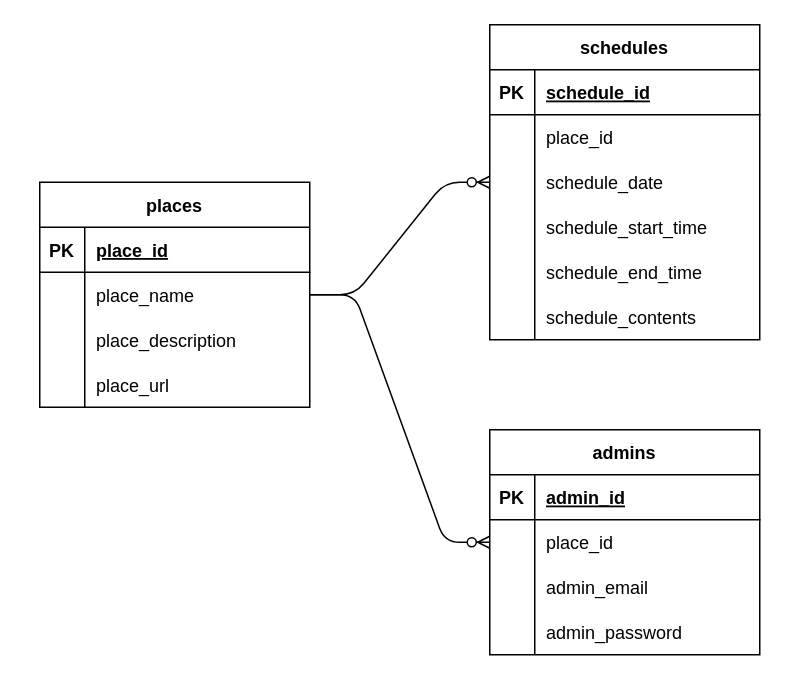
The draw.io diagram plan/DB.drawio in AkitoNakamuraO/Scoat, before the edit. Source tidied: cells renumbered, new cells numbered last; positions are measured from the earlier drawing's top-left corner, leaving out a move shared by most shapes. Both pictures are drawn from the tidied source at 150%, with x=0, y=0 at pixel (39, 24).
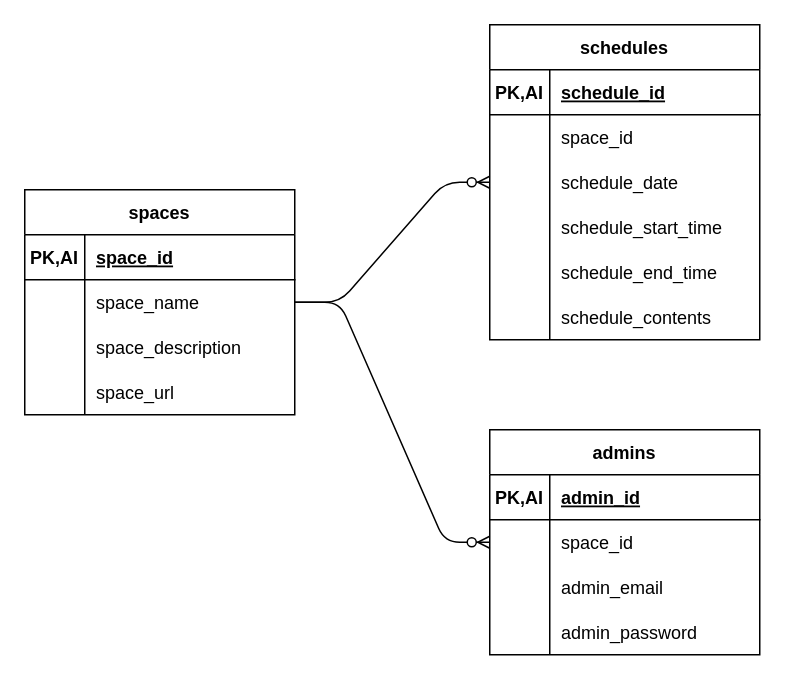
Above is the later version.

The change refers to these unchanged cells:
```xml
<mxCell id="3" style="shape=partialRectangle;fillColor=none;top=0;left=0;bottom=1;right=0;" parent="2" vertex="1">
  <mxGeometry y="30" width="180" height="30" as="geometry" />
</mxCell>
<mxCell id="6" style="shape=partialRectangle;fillColor=none;top=0;left=0;bottom=0;right=0;" parent="2" vertex="1">
  <mxGeometry y="60" width="180" height="30" as="geometry" />
</mxCell>
<mxCell id="9" style="shape=partialRectangle;fillColor=none;top=0;left=0;bottom=0;right=0;" parent="2" vertex="1">
  <mxGeometry y="90" width="180" height="30" as="geometry" />
</mxCell>
<mxCell id="12" style="shape=partialRectangle;fillColor=none;top=0;left=0;bottom=0;right=0;" parent="2" vertex="1">
  <mxGeometry y="120" width="180" height="30" as="geometry" />
</mxCell>
<mxCell id="16" style="shape=partialRectangle;fillColor=none;top=0;left=0;bottom=1;right=0;" parent="15" vertex="1">
  <mxGeometry y="30" width="180" height="30" as="geometry" />
</mxCell>
<mxCell id="19" style="shape=partialRectangle;fillColor=none;top=0;left=0;bottom=0;right=0;" parent="15" vertex="1">
  <mxGeometry y="60" width="180" height="30" as="geometry" />
</mxCell>
<mxCell id="22" style="shape=partialRectangle;fillColor=none;top=0;left=0;bottom=0;right=0;" parent="15" vertex="1">
  <mxGeometry y="90" width="180" height="30" as="geometry" />
</mxCell>
<mxCell id="25" style="shape=partialRectangle;fillColor=none;top=0;left=0;bottom=0;right=0;" parent="15" vertex="1">
  <mxGeometry y="120" width="180" height="30" as="geometry" />
</mxCell>
<mxCell id="28" style="shape=partialRectangle;fillColor=none;top=0;left=0;bottom=0;right=0;" parent="15" vertex="1">
  <mxGeometry y="150" width="180" height="30" as="geometry" />
</mxCell>
<mxCell id="31" style="shape=partialRectangle;fillColor=none;top=0;left=0;bottom=0;right=0;" parent="15" vertex="1">
  <mxGeometry y="180" width="180" height="30" as="geometry" />
</mxCell>
<mxCell id="36" style="shape=partialRectangle;fillColor=none;top=0;left=0;bottom=1;right=0;" parent="35" vertex="1">
  <mxGeometry y="30" width="180" height="30" as="geometry" />
</mxCell>
<mxCell id="39" style="shape=partialRectangle;fillColor=none;top=0;left=0;bottom=0;right=0;" parent="35" vertex="1">
  <mxGeometry y="60" width="180" height="30" as="geometry" />
</mxCell>
<mxCell id="42" style="shape=partialRectangle;fillColor=none;top=0;left=0;bottom=0;right=0;" parent="35" vertex="1">
  <mxGeometry y="90" width="180" height="30" as="geometry" />
</mxCell>
<mxCell id="45" style="shape=partialRectangle;fillColor=none;top=0;left=0;bottom=0;right=0;" parent="35" vertex="1">
  <mxGeometry y="120" width="180" height="30" as="geometry" />
</mxCell>
```

Change to the diagram source:
```diff
@@
-    <mxCell id="2" value="places" style="shape=table;startSize=30;childLayout=tableLayout;rowLines=0;fontStyle=1;align=center;" parent="1" vertex="1">
-      <mxGeometry y="105" width="180" height="150" as="geometry" />
+    <mxCell id="2" value="spaces" style="shape=table;startSize=30;childLayout=tableLayout;rowLines=0;fontStyle=1;align=center;" parent="1" vertex="1">
+      <mxGeometry x="-10" y="110" width="180" height="150" as="geometry" />
     </mxCell>
@@
-    <mxCell id="4" value="PK" style="shape=partialRectangle;fillColor=none;top=0;left=0;bottom=0;right=0;fontStyle=1;overflow=hidden;" parent="3" vertex="1">
-      <mxGeometry width="30" height="30" as="geometry" />
+    <mxCell id="4" value="PK,AI" style="shape=partialRectangle;fillColor=none;top=0;left=0;bottom=0;right=0;fontStyle=1;overflow=hidden;" parent="3" vertex="1">
+      <mxGeometry width="40" height="30" as="geometry" />
     </mxCell>
-    <mxCell id="5" value="place_id" style="shape=partialRectangle;fillColor=none;top=0;left=0;bottom=0;right=0;align=left;spacingLeft=6;fontStyle=5;overflow=hidden;" parent="3" vertex="1">
-      <mxGeometry x="30" width="150" height="30" as="geometry" />
+    <mxCell id="5" value="space_id" style="shape=partialRectangle;fillColor=none;top=0;left=0;bottom=0;right=0;align=left;spacingLeft=6;fontStyle=5;overflow=hidden;" parent="3" vertex="1">
+      <mxGeometry x="40" width="140" height="30" as="geometry" />
     </mxCell>
@@
     <mxCell id="7" style="shape=partialRectangle;fillColor=none;top=0;left=0;bottom=0;right=0;overflow=hidden;" parent="6" vertex="1">
-      <mxGeometry width="30" height="30" as="geometry" />
+      <mxGeometry width="40" height="30" as="geometry" />
     </mxCell>
-    <mxCell id="8" value="place_name" style="shape=partialRectangle;fillColor=none;top=0;left=0;bottom=0;right=0;align=left;spacingLeft=6;overflow=hidden;" parent="6" vertex="1">
-      <mxGeometry x="30" width="150" height="30" as="geometry" />
+    <mxCell id="8" value="space_name" style="shape=partialRectangle;fillColor=none;top=0;left=0;bottom=0;right=0;align=left;spacingLeft=6;overflow=hidden;" parent="6" vertex="1">
+      <mxGeometry x="40" width="140" height="30" as="geometry" />
     </mxCell>
@@
     <mxCell id="10" style="shape=partialRectangle;fillColor=none;top=0;left=0;bottom=0;right=0;overflow=hidden;" parent="9" vertex="1">
-      <mxGeometry width="30" height="30" as="geometry" />
+      <mxGeometry width="40" height="30" as="geometry" />
     </mxCell>
-    <mxCell id="11" value="place_description" style="shape=partialRectangle;fillColor=none;top=0;left=0;bottom=0;right=0;align=left;spacingLeft=6;overflow=hidden;" parent="9" vertex="1">
-      <mxGeometry x="30" width="150" height="30" as="geometry" />
+    <mxCell id="11" value="space_description" style="shape=partialRectangle;fillColor=none;top=0;left=0;bottom=0;right=0;align=left;spacingLeft=6;overflow=hidden;" parent="9" vertex="1">
+      <mxGeometry x="40" width="140" height="30" as="geometry" />
     </mxCell>
@@
     <mxCell id="13" style="shape=partialRectangle;fillColor=none;top=0;left=0;bottom=0;right=0;overflow=hidden;" parent="12" vertex="1">
-      <mxGeometry width="30" height="30" as="geometry" />
+      <mxGeometry width="40" height="30" as="geometry" />
     </mxCell>
-    <mxCell id="14" value="place_url" style="shape=partialRectangle;fillColor=none;top=0;left=0;bottom=0;right=0;align=left;spacingLeft=6;overflow=hidden;" parent="12" vertex="1">
-      <mxGeometry x="30" width="150" height="30" as="geometry" />
+    <mxCell id="14" value="space_url" style="shape=partialRectangle;fillColor=none;top=0;left=0;bottom=0;right=0;align=left;spacingLeft=6;overflow=hidden;" parent="12" vertex="1">
+      <mxGeometry x="40" width="140" height="30" as="geometry" />
     </mxCell>
@@
-    <mxCell id="17" value="PK" style="shape=partialRectangle;fillColor=none;top=0;left=0;bottom=0;right=0;fontStyle=1;overflow=hidden;" parent="16" vertex="1">
-      <mxGeometry width="30" height="30" as="geometry" />
+    <mxCell id="17" value="PK,AI" style="shape=partialRectangle;fillColor=none;top=0;left=0;bottom=0;right=0;fontStyle=1;overflow=hidden;" parent="16" vertex="1">
+      <mxGeometry width="40" height="30" as="geometry" />
     </mxCell>
     <mxCell id="18" value="schedule_id" style="shape=partialRectangle;fillColor=none;top=0;left=0;bottom=0;right=0;align=left;spacingLeft=6;fontStyle=5;overflow=hidden;" parent="16" vertex="1">
-      <mxGeometry x="30" width="150" height="30" as="geometry" />
+      <mxGeometry x="40" width="140" height="30" as="geometry" />
     </mxCell>
@@
     <mxCell id="20" style="shape=partialRectangle;fillColor=none;top=0;left=0;bottom=0;right=0;overflow=hidden;" parent="19" vertex="1">
-      <mxGeometry width="30" height="30" as="geometry" />
+      <mxGeometry width="40" height="30" as="geometry" />
     </mxCell>
-    <mxCell id="21" value="place_id" style="shape=partialRectangle;fillColor=none;top=0;left=0;bottom=0;right=0;align=left;spacingLeft=6;overflow=hidden;" parent="19" vertex="1">
-      <mxGeometry x="30" width="150" height="30" as="geometry" />
+    <mxCell id="21" value="space_id" style="shape=partialRectangle;fillColor=none;top=0;left=0;bottom=0;right=0;align=left;spacingLeft=6;overflow=hidden;" parent="19" vertex="1">
+      <mxGeometry x="40" width="140" height="30" as="geometry" />
     </mxCell>
@@
     <mxCell id="23" style="shape=partialRectangle;fillColor=none;top=0;left=0;bottom=0;right=0;overflow=hidden;" parent="22" vertex="1">
-      <mxGeometry width="30" height="30" as="geometry" />
+      <mxGeometry width="40" height="30" as="geometry" />
     </mxCell>
     <mxCell id="24" value="schedule_date" style="shape=partialRectangle;fillColor=none;top=0;left=0;bottom=0;right=0;align=left;spacingLeft=6;overflow=hidden;" parent="22" vertex="1">
-      <mxGeometry x="30" width="150" height="30" as="geometry" />
+      <mxGeometry x="40" width="140" height="30" as="geometry" />
     </mxCell>
@@
     <mxCell id="26" style="shape=partialRectangle;fillColor=none;top=0;left=0;bottom=0;right=0;overflow=hidden;" parent="25" vertex="1">
-      <mxGeometry width="30" height="30" as="geometry" />
+      <mxGeometry width="40" height="30" as="geometry" />
     </mxCell>
     <mxCell id="27" value="schedule_start_time" style="shape=partialRectangle;fillColor=none;top=0;left=0;bottom=0;right=0;align=left;spacingLeft=6;overflow=hidden;" parent="25" vertex="1">
-      <mxGeometry x="30" width="150" height="30" as="geometry" />
+      <mxGeometry x="40" width="140" height="30" as="geometry" />
     </mxCell>
@@
     <mxCell id="29" style="shape=partialRectangle;fillColor=none;top=0;left=0;bottom=0;right=0;overflow=hidden;" parent="28" vertex="1">
-      <mxGeometry width="30" height="30" as="geometry" />
+      <mxGeometry width="40" height="30" as="geometry" />
     </mxCell>
     <mxCell id="30" value="schedule_end_time" style="shape=partialRectangle;fillColor=none;top=0;left=0;bottom=0;right=0;align=left;spacingLeft=6;overflow=hidden;" parent="28" vertex="1">
-      <mxGeometry x="30" width="150" height="30" as="geometry" />
+      <mxGeometry x="40" width="140" height="30" as="geometry" />
     </mxCell>
@@
     <mxCell id="32" style="shape=partialRectangle;fillColor=none;top=0;left=0;bottom=0;right=0;overflow=hidden;" parent="31" vertex="1">
-      <mxGeometry width="30" height="30" as="geometry" />
+      <mxGeometry width="40" height="30" as="geometry" />
     </mxCell>
     <mxCell id="33" value="schedule_contents" style="shape=partialRectangle;fillColor=none;top=0;left=0;bottom=0;right=0;align=left;spacingLeft=6;overflow=hidden;" parent="31" vertex="1">
-      <mxGeometry x="30" width="150" height="30" as="geometry" />
+      <mxGeometry x="40" width="140" height="30" as="geometry" />
     </mxCell>
@@
-    <mxCell id="37" value="PK" style="shape=partialRectangle;fillColor=none;top=0;left=0;bottom=0;right=0;fontStyle=1;overflow=hidden;" parent="36" vertex="1">
-      <mxGeometry width="30" height="30" as="geometry" />
+    <mxCell id="37" value="PK,AI" style="shape=partialRectangle;fillColor=none;top=0;left=0;bottom=0;right=0;fontStyle=1;overflow=hidden;" parent="36" vertex="1">
+      <mxGeometry width="40" height="30" as="geometry" />
     </mxCell>
     <mxCell id="38" value="admin_id" style="shape=partialRectangle;fillColor=none;top=0;left=0;bottom=0;right=0;align=left;spacingLeft=6;fontStyle=5;overflow=hidden;" parent="36" vertex="1">
-      <mxGeometry x="30" width="150" height="30" as="geometry" />
+      <mxGeometry x="40" width="140" height="30" as="geometry" />
     </mxCell>
@@
     <mxCell id="40" style="shape=partialRectangle;fillColor=none;top=0;left=0;bottom=0;right=0;overflow=hidden;" parent="39" vertex="1">
-      <mxGeometry width="30" height="30" as="geometry" />
+      <mxGeometry width="40" height="30" as="geometry" />
     </mxCell>
-    <mxCell id="41" value="place_id" style="shape=partialRectangle;fillColor=none;top=0;left=0;bottom=0;right=0;align=left;spacingLeft=6;overflow=hidden;" parent="39" vertex="1">
-      <mxGeometry x="30" width="150" height="30" as="geometry" />
+    <mxCell id="41" value="space_id" style="shape=partialRectangle;fillColor=none;top=0;left=0;bottom=0;right=0;align=left;spacingLeft=6;overflow=hidden;" parent="39" vertex="1">
+      <mxGeometry x="40" width="140" height="30" as="geometry" />
     </mxCell>
@@
     <mxCell id="43" style="shape=partialRectangle;fillColor=none;top=0;left=0;bottom=0;right=0;overflow=hidden;" parent="42" vertex="1">
-      <mxGeometry width="30" height="30" as="geometry" />
+      <mxGeometry width="40" height="30" as="geometry" />
     </mxCell>
     <mxCell id="44" value="admin_email" style="shape=partialRectangle;fillColor=none;top=0;left=0;bottom=0;right=0;align=left;spacingLeft=6;overflow=hidden;" parent="42" vertex="1">
-      <mxGeometry x="30" width="150" height="30" as="geometry" />
+      <mxGeometry x="40" width="140" height="30" as="geometry" />
     </mxCell>
@@
     <mxCell id="46" style="shape=partialRectangle;fillColor=none;top=0;left=0;bottom=0;right=0;overflow=hidden;" parent="45" vertex="1">
-      <mxGeometry width="30" height="30" as="geometry" />
+      <mxGeometry width="40" height="30" as="geometry" />
     </mxCell>
     <mxCell id="47" value="admin_password" style="shape=partialRectangle;fillColor=none;top=0;left=0;bottom=0;right=0;align=left;spacingLeft=6;overflow=hidden;" parent="45" vertex="1">
-      <mxGeometry x="30" width="150" height="30" as="geometry" />
+      <mxGeometry x="40" width="140" height="30" as="geometry" />
     </mxCell>
```
